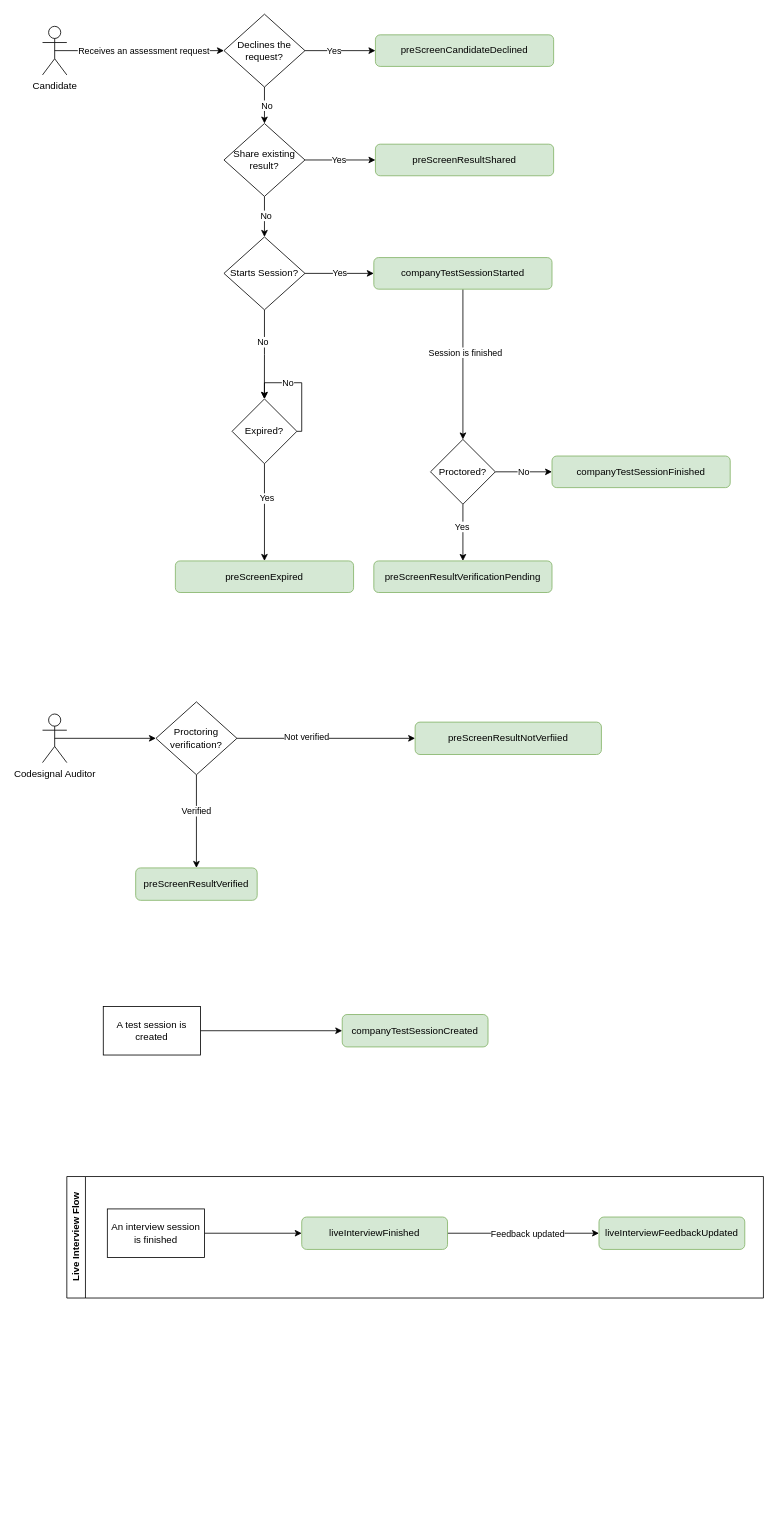
Before: docs/diagrams/webhooks-flow.drawio in CodeSignal/developer-docs, a draw.io diagram. Source tidied: cells renumbered, new cells numbered last; positions are measured from the earlier drawing's top-left corner, leaving out a move shared by most shapes. Both pictures are drawn from the tidied source at 81%, with x=0, y=0 at pixel (42, 14).
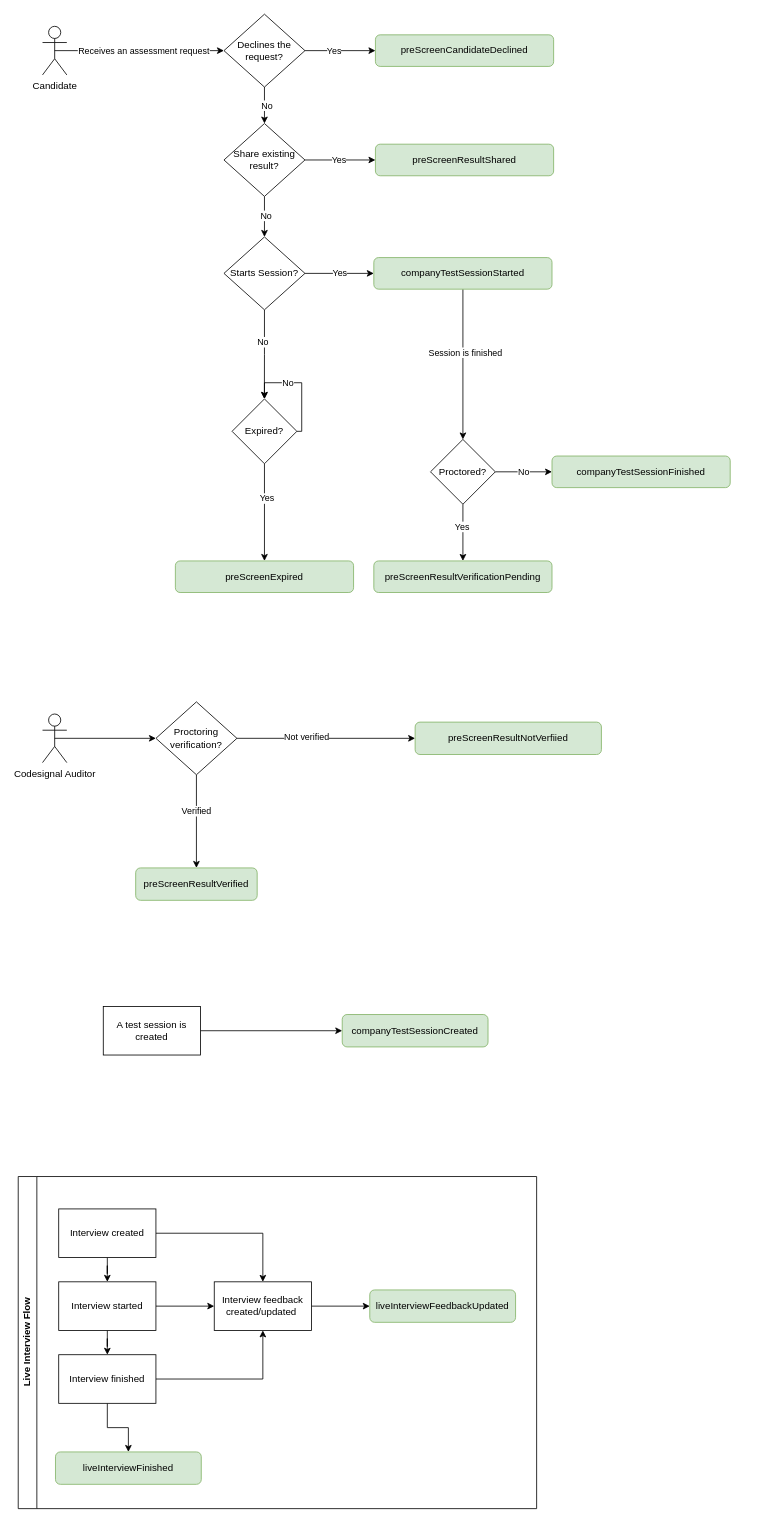
Above is the later version.

Change to the diagram source:
```diff
@@
     <mxCell id="47" value="Live Interview Flow" style="swimlane;horizontal=0;whiteSpace=wrap;html=1;" parent="1" vertex="1">
-      <mxGeometry x="30" y="1435" width="860" height="150" as="geometry" />
+      <mxGeometry x="-30" y="1435" width="640" height="410" as="geometry" />
     </mxCell>
-    <mxCell id="48" style="edgeStyle=orthogonalEdgeStyle;rounded=0;jettySize=auto;html=1;exitX=1;exitY=0.5;exitDx=0;exitDy=0;entryX=0;entryY=0.5;entryDx=0;entryDy=0;" parent="47" edge="1" source="52" target="51">
-      <mxGeometry relative="1" as="geometry" />
-    </mxCell>
-    <mxCell id="49" style="edgeStyle=orthogonalEdgeStyle;rounded=0;jettySize=auto;html=1;exitX=1;exitY=0.5;exitDx=0;exitDy=0;entryX=0;entryY=0.5;entryDx=0;entryDy=0;" parent="47" edge="1" source="51" target="53">
-      <mxGeometry relative="1" as="geometry" />
-    </mxCell>
-    <mxCell id="50" value="Feedback updated" style="edgeLabel;html=1;align=center;verticalAlign=middle;" parent="49" vertex="1">
-      <mxGeometry x="0.05" relative="1" as="geometry" />
-    </mxCell>
     <mxCell id="51" value="liveInterviewFinished" style="rounded=1;whiteSpace=wrap;html=1;fillColor=#d5e8d4;strokeColor=#82b366;" parent="47" vertex="1">
-      <mxGeometry x="290" y="50" width="180" height="40" as="geometry" />
+      <mxGeometry x="46" y="340" width="180" height="40" as="geometry" />
     </mxCell>
+    <mxCell id="54" style="edgeStyle=orthogonalEdgeStyle;rounded=0;jettySize=auto;html=1;" parent="47" edge="1" source="52" target="58">
+      <mxGeometry relative="1" as="geometry" />
+    </mxCell>
+    <mxCell id="55" style="edgeStyle=orthogonalEdgeStyle;rounded=0;jettySize=auto;html=1;" parent="47" edge="1" source="52" target="63">
+      <mxGeometry relative="1" as="geometry" />
+    </mxCell>
-    <mxCell id="52" value="An interview session is finished" style="rounded=0;whiteSpace=wrap;html=1;" parent="47" vertex="1">
+    <mxCell id="52" value="Interview created" style="rounded=0;whiteSpace=wrap;html=1;" parent="47" vertex="1">
       <mxGeometry x="50" y="40" width="120" height="60" as="geometry" />
     </mxCell>
     <mxCell id="53" value="liveInterviewFeedbackUpdated" style="rounded=1;whiteSpace=wrap;html=1;fillColor=#d5e8d4;strokeColor=#82b366;" parent="47" vertex="1">
-      <mxGeometry x="657" y="50" width="180" height="40" as="geometry" />
+      <mxGeometry x="434" y="140" width="180" height="40" as="geometry" />
     </mxCell>
+    <mxCell id="56" style="edgeStyle=orthogonalEdgeStyle;rounded=0;jettySize=auto;html=1;" parent="47" edge="1" source="58" target="61">
+      <mxGeometry relative="1" as="geometry" />
+    </mxCell>
+    <mxCell id="57" style="edgeStyle=orthogonalEdgeStyle;rounded=0;jettySize=auto;html=1;" parent="47" edge="1" source="58" target="63">
+      <mxGeometry relative="1" as="geometry" />
+    </mxCell>
+    <mxCell id="58" value="Interview started" style="rounded=0;whiteSpace=wrap;html=1;" parent="47" vertex="1">
+      <mxGeometry x="50" y="130" width="120" height="60" as="geometry" />
+    </mxCell>
+    <mxCell id="59" style="edgeStyle=orthogonalEdgeStyle;rounded=0;jettySize=auto;html=1;" parent="47" edge="1" source="61" target="51">
+      <mxGeometry relative="1" as="geometry" />
+    </mxCell>
+    <mxCell id="60" style="edgeStyle=orthogonalEdgeStyle;rounded=0;jettySize=auto;html=1;exitX=1;exitY=0.5;exitDx=0;exitDy=0;entryX=0.5;entryY=1;entryDx=0;entryDy=0;" parent="47" edge="1" source="61" target="63">
+      <mxGeometry relative="1" as="geometry" />
+    </mxCell>
+    <mxCell id="61" value="Interview finished" style="rounded=0;whiteSpace=wrap;html=1;" parent="47" vertex="1">
+      <mxGeometry x="50" y="220" width="120" height="60" as="geometry" />
+    </mxCell>
+    <mxCell id="62" style="edgeStyle=orthogonalEdgeStyle;rounded=0;jettySize=auto;html=1;" parent="47" edge="1" source="63" target="53">
+      <mxGeometry relative="1" as="geometry" />
+    </mxCell>
+    <mxCell id="63" value="Interview feedback created/updated&amp;nbsp;" style="rounded=0;whiteSpace=wrap;html=1;" parent="47" vertex="1">
+      <mxGeometry x="242" y="130" width="120" height="60" as="geometry" />
+    </mxCell>
```
